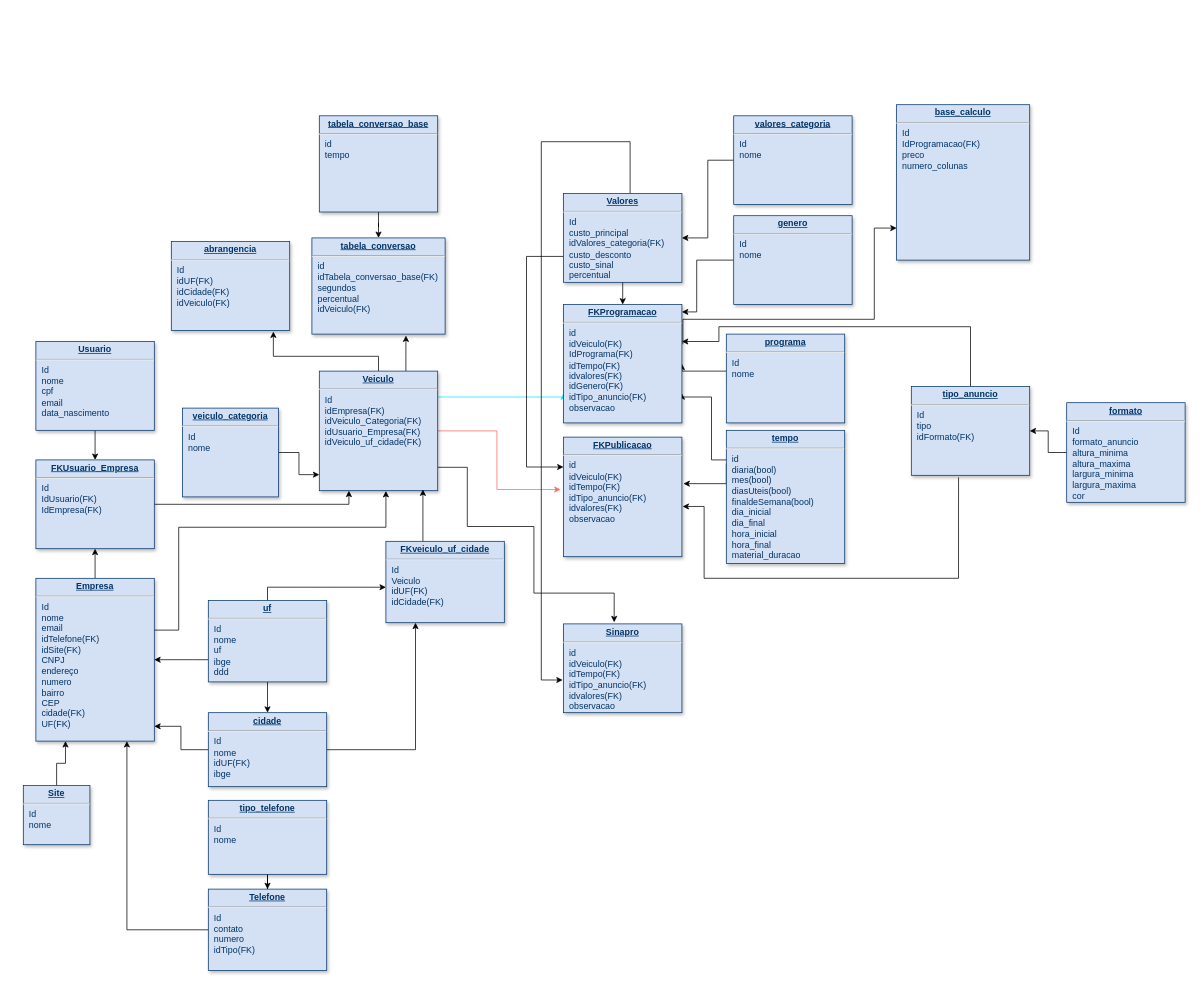
Before: Diagrama atualizado.drawio in diogo-guimaraes/teste_git, a draw.io diagram. Source tidied: cells renumbered, new cells numbered last; positions are measured from the earlier drawing's top-left corner, leaving out a move shared by most shapes. Both pictures are drawn from the tidied source at 74%, with x=0, y=0 at pixel (23, 104).
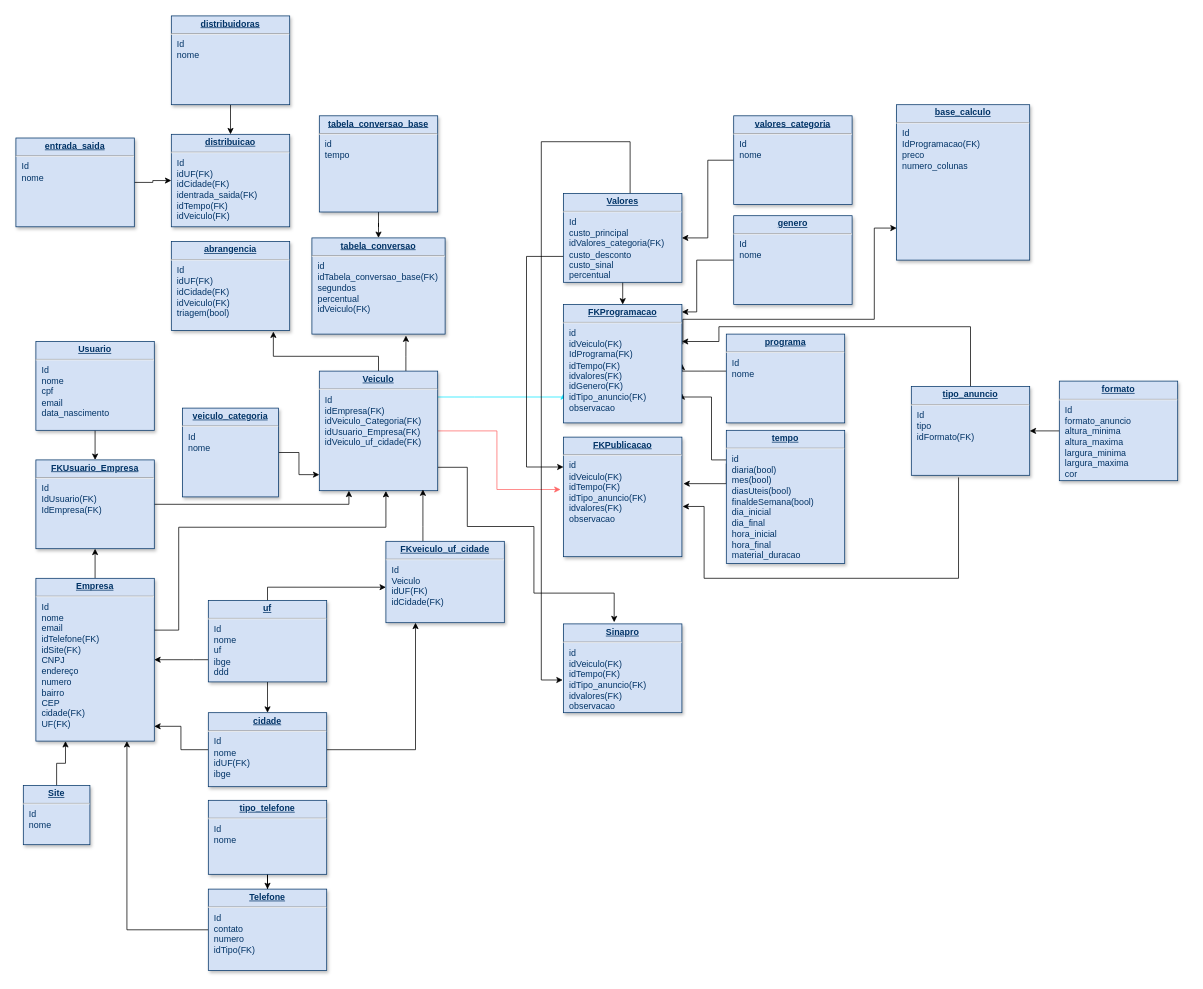
After the change.

The edit, as a diff of the source:
```diff
@@
     <mxCell id="44" value="&lt;p style=&quot;margin: 0px ; margin-top: 4px ; text-align: center ; text-decoration: underline&quot;&gt;&lt;b&gt;formato&lt;/b&gt;&lt;/p&gt;&lt;hr&gt;&lt;p style=&quot;margin: 0px ; margin-left: 8px&quot;&gt;Id&lt;/p&gt;&lt;p style=&quot;margin: 0px ; margin-left: 8px&quot;&gt;formato_anuncio&lt;/p&gt;&lt;p style=&quot;margin: 0px ; margin-left: 8px&quot;&gt;altura_minima&lt;/p&gt;&lt;p style=&quot;margin: 0px ; margin-left: 8px&quot;&gt;altura_maxima&lt;br&gt;&lt;/p&gt;&lt;p style=&quot;margin: 0px 0px 0px 8px&quot;&gt;largura_minima&lt;/p&gt;&lt;p style=&quot;margin: 0px 0px 0px 8px&quot;&gt;largura_maxima&lt;/p&gt;&lt;p style=&quot;margin: 0px ; margin-left: 8px&quot;&gt;cor&lt;/p&gt;&lt;p style=&quot;margin: 0px ; margin-left: 8px&quot;&gt;&lt;br&gt;&lt;/p&gt;&lt;p style=&quot;margin: 0px ; margin-left: 8px&quot;&gt;&lt;br&gt;&lt;/p&gt;" style="verticalAlign=top;align=left;overflow=fill;fontSize=12;fontFamily=Helvetica;html=1;strokeColor=#003366;shadow=1;fillColor=#D4E1F5;fontColor=#003366;" parent="1" vertex="1">
-      <mxGeometry x="1410" y="402.7" width="160" height="134.6" as="geometry" />
+      <mxGeometry x="1400" y="373.5" width="160" height="134.6" as="geometry" />
     </mxCell>
@@
-    <mxCell id="57" value="&lt;p style=&quot;margin: 0px ; margin-top: 4px ; text-align: center ; text-decoration: underline&quot;&gt;&lt;b&gt;abrangencia&lt;/b&gt;&lt;/p&gt;&lt;hr&gt;&lt;p style=&quot;margin: 0px 0px 0px 8px&quot;&gt;Id&lt;/p&gt;&lt;p style=&quot;margin: 0px 0px 0px 8px&quot;&gt;idUF(FK)&lt;/p&gt;&lt;p style=&quot;margin: 0px 0px 0px 8px&quot;&gt;idCidade(FK)&lt;/p&gt;&lt;p style=&quot;margin: 0px 0px 0px 8px&quot;&gt;idVeiculo(FK)&lt;/p&gt;" style="verticalAlign=top;align=left;overflow=fill;fontSize=12;fontFamily=Helvetica;html=1;strokeColor=#003366;shadow=1;fillColor=#D4E1F5;fontColor=#003366;" parent="1" vertex="1">
+    <mxCell id="57" value="&lt;p style=&quot;margin: 0px ; margin-top: 4px ; text-align: center ; text-decoration: underline&quot;&gt;&lt;b&gt;abrangencia&lt;/b&gt;&lt;/p&gt;&lt;hr&gt;&lt;p style=&quot;margin: 0px 0px 0px 8px&quot;&gt;Id&lt;/p&gt;&lt;p style=&quot;margin: 0px 0px 0px 8px&quot;&gt;idUF(FK)&lt;/p&gt;&lt;p style=&quot;margin: 0px 0px 0px 8px&quot;&gt;idCidade(FK)&lt;/p&gt;&lt;p style=&quot;margin: 0px 0px 0px 8px&quot;&gt;idVeiculo(FK)&lt;/p&gt;&lt;p style=&quot;margin: 0px 0px 0px 8px&quot;&gt;triagem(bool)&lt;br&gt;&lt;/p&gt;" style="verticalAlign=top;align=left;overflow=fill;fontSize=12;fontFamily=Helvetica;html=1;strokeColor=#003366;shadow=1;fillColor=#D4E1F5;fontColor=#003366;" parent="1" vertex="1">
       <mxGeometry x="200" y="185" width="160" height="120" as="geometry" />
     </mxCell>
@@
+    <mxCell id="59" value="&lt;p style=&quot;margin: 0px ; margin-top: 4px ; text-align: center ; text-decoration: underline&quot;&gt;&lt;b&gt;distribuicao&lt;/b&gt;&lt;/p&gt;&lt;hr&gt;&lt;p style=&quot;margin: 0px 0px 0px 8px&quot;&gt;Id&lt;/p&gt;&lt;p style=&quot;margin: 0px 0px 0px 8px&quot;&gt;idUF(FK)&lt;/p&gt;&lt;p style=&quot;margin: 0px 0px 0px 8px&quot;&gt;idCidade(FK)&lt;/p&gt;&lt;p style=&quot;margin: 0px 0px 0px 8px&quot;&gt;identrada_saida(FK)&lt;/p&gt;&lt;p style=&quot;margin: 0px 0px 0px 8px&quot;&gt;idTempo(FK)&lt;br&gt;&lt;/p&gt;&lt;p style=&quot;margin: 0px 0px 0px 8px&quot;&gt;idVeiculo(FK)&lt;/p&gt;&lt;p style=&quot;margin: 0px 0px 0px 8px&quot;&gt;&lt;br&gt;&lt;/p&gt;" style="verticalAlign=top;align=left;overflow=fill;fontSize=12;fontFamily=Helvetica;html=1;strokeColor=#003366;shadow=1;fillColor=#D4E1F5;fontColor=#003366;" parent="1" vertex="1">
+      <mxGeometry x="200" y="40" width="160" height="125" as="geometry" />
+    </mxCell>
+    <mxCell id="60" style="edgeStyle=orthogonalEdgeStyle;rounded=0;jettySize=auto;html=1;entryX=0.5;entryY=0;entryDx=0;entryDy=0;" parent="1" edge="1" source="61" target="59">
+      <mxGeometry relative="1" as="geometry" />
+    </mxCell>
+    <mxCell id="61" value="&lt;p style=&quot;margin: 0px ; margin-top: 4px ; text-align: center ; text-decoration: underline&quot;&gt;&lt;b&gt;distribuidoras&lt;/b&gt;&lt;/p&gt;&lt;hr&gt;&lt;p style=&quot;margin: 0px 0px 0px 8px&quot;&gt;Id&lt;/p&gt;&lt;p style=&quot;margin: 0px 0px 0px 8px&quot;&gt;&lt;span&gt;nome&lt;/span&gt;&lt;br&gt;&lt;/p&gt;&lt;p style=&quot;margin: 0px 0px 0px 8px&quot;&gt;&lt;br&gt;&lt;/p&gt;" style="verticalAlign=top;align=left;overflow=fill;fontSize=12;fontFamily=Helvetica;html=1;strokeColor=#003366;shadow=1;fillColor=#D4E1F5;fontColor=#003366;" parent="1" vertex="1">
+      <mxGeometry x="200" y="-120" width="160" height="120" as="geometry" />
+    </mxCell>
+    <mxCell id="62" style="edgeStyle=orthogonalEdgeStyle;rounded=0;jettySize=auto;html=1;" parent="1" edge="1" source="63" target="59">
+      <mxGeometry relative="1" as="geometry" />
+    </mxCell>
+    <mxCell id="63" value="&lt;p style=&quot;margin: 0px ; margin-top: 4px ; text-align: center ; text-decoration: underline&quot;&gt;&lt;b&gt;entrada_saida&lt;/b&gt;&lt;/p&gt;&lt;hr&gt;&lt;p style=&quot;margin: 0px 0px 0px 8px&quot;&gt;Id&lt;/p&gt;&lt;p style=&quot;margin: 0px 0px 0px 8px&quot;&gt;&lt;span&gt;nome&lt;/span&gt;&lt;br&gt;&lt;/p&gt;&lt;p style=&quot;margin: 0px 0px 0px 8px&quot;&gt;&lt;br&gt;&lt;/p&gt;" style="verticalAlign=top;align=left;overflow=fill;fontSize=12;fontFamily=Helvetica;html=1;strokeColor=#003366;shadow=1;fillColor=#D4E1F5;fontColor=#003366;" parent="1" vertex="1">
+      <mxGeometry x="-10" y="45" width="160" height="120" as="geometry" />
+    </mxCell>
```
